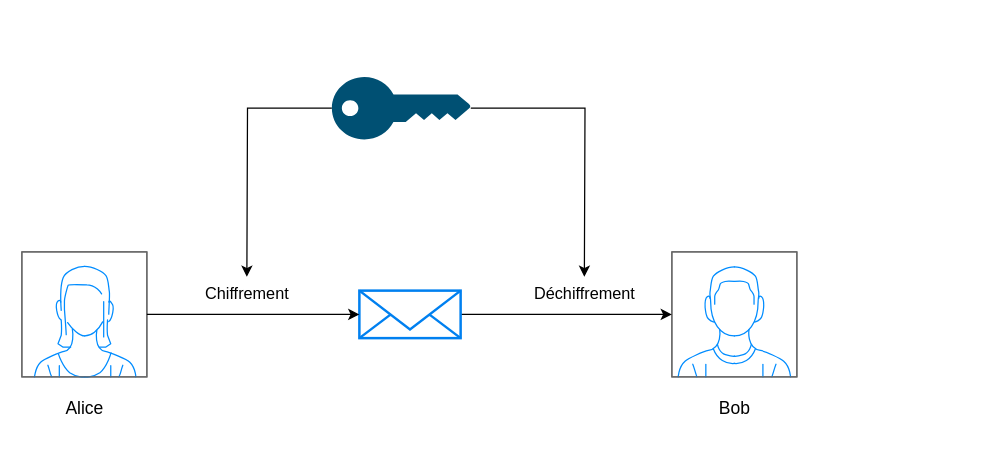
This is Diagramme sans nom.drawio from titiuv24/diagrammes, a draw.io file, before an edit. Source tidied: cells renumbered, new cells numbered last; positions are measured from the earlier drawing's top-left corner, leaving out a move shared by most shapes. Both pictures are drawn from the tidied source at 125%, with x=0, y=0 at pixel (21, 76). Pictures stored in the file or linked from it are replaced by grey dashed boxes.
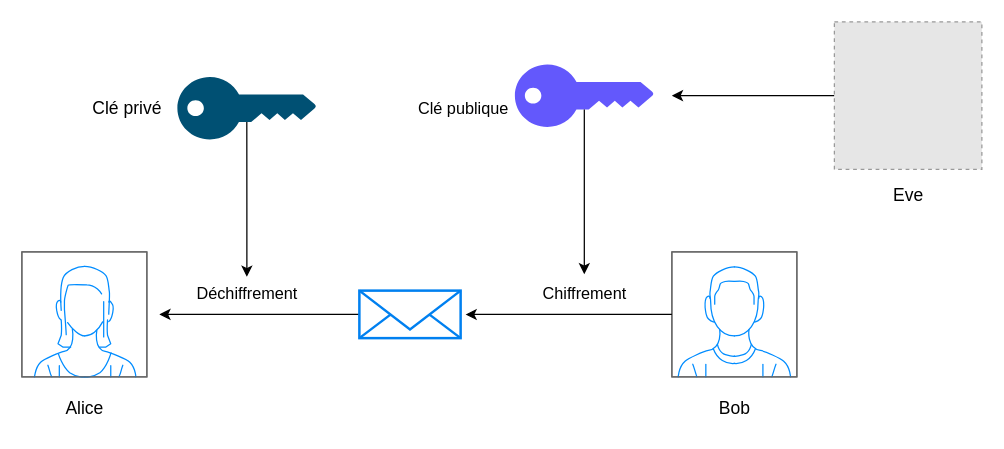
Above is the later version.

Commit message:
Mettre à jour Diagramme sans nom.drawio

Unchanged cells that the change refers to:
```xml
<mxCell id="2" style="verticalLabelPosition=bottom;shadow=0;dashed=0;align=center;html=1;verticalAlign=top;strokeWidth=1;shape=mxgraph.mockup.containers.userFemale;strokeColor=#666666;strokeColor2=#008cff;" parent="1" vertex="1">
  <mxGeometry y="140" width="100" height="100" as="geometry" />
</mxCell>
<mxCell id="3" style="verticalLabelPosition=bottom;shadow=0;dashed=0;align=center;html=1;verticalAlign=top;strokeWidth=1;shape=mxgraph.mockup.containers.userMale;strokeColor=#666666;strokeColor2=#008cff;" parent="1" vertex="1">
  <mxGeometry x="520" y="140" width="100" height="100" as="geometry" />
</mxCell>
<mxCell id="5" style="html=1;verticalLabelPosition=bottom;align=center;labelBackgroundColor=#ffffff;verticalAlign=top;strokeWidth=2;strokeColor=#0080F0;shadow=0;dashed=0;shape=mxgraph.ios7.icons.mail;" parent="1" vertex="1">
  <mxGeometry x="270" y="171" width="81" height="38" as="geometry" />
</mxCell>
```

The edit, as a diff of the source:
```diff
@@
-    <mxCell id="4" style="edgeStyle=orthogonalEdgeStyle;rounded=0;jettySize=auto;html=1;" parent="1" edge="1" source="5" target="3">
-      <mxGeometry relative="1" as="geometry" />
-    </mxCell>
+    <mxCell id="14" style="edgeStyle=orthogonalEdgeStyle;rounded=0;jettySize=auto;html=1;" parent="1" edge="1" source="5">
+      <mxGeometry relative="1" as="geometry">
+        <mxPoint x="110" y="190" as="targetPoint" />
+      </mxGeometry>
+    </mxCell>
@@
-    <mxCell id="6" style="edgeStyle=orthogonalEdgeStyle;rounded=0;jettySize=auto;html=1;entryX=0;entryY=0.5;entryDx=0;entryDy=0;entryPerimeter=0;" parent="1" edge="1" source="2" target="5">
-      <mxGeometry relative="1" as="geometry" />
-    </mxCell>
-    <mxCell id="7" style="edgeStyle=orthogonalEdgeStyle;rounded=0;jettySize=auto;html=1;" parent="1" edge="1" source="9">
+    <mxCell id="7" style="edgeStyle=orthogonalEdgeStyle;rounded=0;jettySize=auto;html=1;exitX=0.5;exitY=0.72;exitDx=0;exitDy=0;exitPerimeter=0;" parent="1" edge="1" source="16">
       <mxGeometry relative="1" as="geometry">
         <mxPoint x="180" y="160" as="targetPoint" />
       </mxGeometry>
     </mxCell>
-    <mxCell id="8" style="edgeStyle=orthogonalEdgeStyle;rounded=0;jettySize=auto;html=1;" parent="1" edge="1" source="9">
-      <mxGeometry relative="1" as="geometry">
-        <mxPoint x="450" y="160" as="targetPoint" />
-      </mxGeometry>
-    </mxCell>
-    <mxCell id="9" style="points=[[0,0.5,0],[0.24,0,0],[0.5,0.28,0],[0.995,0.475,0],[0.5,0.72,0],[0.24,1,0]];verticalLabelPosition=bottom;sketch=0;html=1;verticalAlign=top;align=center;shape=mxgraph.cisco19.key;fillColor=#005073;strokeColor=none;" parent="1" vertex="1">
-      <mxGeometry x="248" width="111.1" height="50" as="geometry" />
+    <mxCell id="9" style="points=[[0,0.5,0],[0.24,0,0],[0.5,0.28,0],[0.995,0.475,0],[0.5,0.72,0],[0.24,1,0]];verticalLabelPosition=bottom;sketch=0;html=1;verticalAlign=top;align=center;shape=mxgraph.cisco19.key;fillColor=#6358FC;strokeColor=#6c8ebf;" parent="1" vertex="1">
+      <mxGeometry x="394.4" y="-10" width="111.1" height="50" as="geometry" />
     </mxCell>
@@
-    <mxCell id="12" value="&lt;font style=&quot;font-size: 13px;&quot;&gt;Chiffrement&lt;/font&gt;" style="text;html=1;align=center;verticalAlign=middle;strokeColor=none;fillColor=none;" parent="1" vertex="1">
-      <mxGeometry x="135" y="158" width="90" height="30" as="geometry" />
+    <mxCell id="12" value="&lt;font style=&quot;font-size: 13px;&quot;&gt;Déchiffrement&lt;/font&gt;" style="text;html=1;align=center;verticalAlign=middle;strokeColor=none;fillColor=none;" parent="1" vertex="1">
+      <mxGeometry x="130" y="158" width="100" height="30" as="geometry" />
     </mxCell>
-    <mxCell id="13" value="&lt;font style=&quot;font-size: 13px;&quot;&gt;Déchiffrement&lt;/font&gt;" style="text;html=1;align=center;verticalAlign=middle;points=[];strokeColor=none;fillColor=none;" parent="1" vertex="1">
-      <mxGeometry x="400" y="158" width="100" height="30" as="geometry" />
+    <mxCell id="13" value="&lt;font style=&quot;font-size: 13px;&quot;&gt;Chiffrement&lt;/font&gt;" style="text;html=1;align=center;verticalAlign=middle;points=[];strokeColor=none;fillColor=none;" parent="1" vertex="1">
+      <mxGeometry x="405" y="158" width="90" height="30" as="geometry" />
     </mxCell>
+    <mxCell id="15" style="edgeStyle=orthogonalEdgeStyle;rounded=0;jettySize=auto;html=1;exitX=0.5;exitY=0.72;exitDx=0;exitDy=0;exitPerimeter=0;" parent="1" edge="1" source="9" target="13">
+      <mxGeometry relative="1" as="geometry" />
+    </mxCell>
+    <mxCell id="16" style="points=[[0,0.5,0],[0.24,0,0],[0.5,0.28,0],[0.995,0.475,0],[0.5,0.72,0],[0.24,1,0]];verticalLabelPosition=bottom;sketch=0;html=1;verticalAlign=top;align=center;shape=mxgraph.cisco19.key;fillColor=#005073;strokeColor=none;" parent="1" vertex="1">
+      <mxGeometry x="124.4" width="111.1" height="50" as="geometry" />
+    </mxCell>
+    <mxCell id="17" style="edgeStyle=orthogonalEdgeStyle;rounded=0;jettySize=auto;html=1;entryX=1.049;entryY=0.502;entryDx=0;entryDy=0;entryPerimeter=0;" parent="1" edge="1" source="3" target="5">
+      <mxGeometry relative="1" as="geometry" />
+    </mxCell>
+    <mxCell id="18" value="&lt;div&gt;&lt;font style=&quot;font-size: 14px;&quot;&gt;Clé privé&lt;/font&gt;&lt;/div&gt;" style="text;html=1;align=center;verticalAlign=middle;strokeColor=none;fillColor=none;" parent="1" vertex="1">
+      <mxGeometry x="44.4" y="10" width="80" height="30" as="geometry" />
+    </mxCell>
+    <mxCell id="19" value="&lt;div&gt;&lt;font style=&quot;font-size: 13px;&quot;&gt;Clé publique&lt;/font&gt;&lt;/div&gt;" style="text;html=1;align=center;verticalAlign=middle;strokeColor=none;fillColor=none;" parent="1" vertex="1">
+      <mxGeometry x="303" y="10" width="100" height="30" as="geometry" />
+    </mxCell>
+    <mxCell id="20" style="edgeStyle=orthogonalEdgeStyle;rounded=0;jettySize=auto;html=1;" parent="1" edge="1" source="21">
+      <mxGeometry relative="1" as="geometry">
+        <mxPoint x="520" y="15" as="targetPoint" />
+      </mxGeometry>
+    </mxCell>
+    <mxCell id="21" style="fillColor=#E6E6E6;strokeColor=#999999;dashed=1;html=1;verticalAlign=top;verticalLabelPosition=bottom;labelBackgroundColor=#ffffff;" parent="1" vertex="1">
+      <mxGeometry x="650" y="-44" width="118" height="118" as="geometry" />
+    </mxCell>
+    <mxCell id="22" value="&lt;div&gt;&lt;font style=&quot;font-size: 14px;&quot;&gt;Eve&lt;/font&gt;&lt;/div&gt;" style="text;html=1;align=center;verticalAlign=middle;strokeColor=none;fillColor=none;" parent="1" vertex="1">
+      <mxGeometry x="684" y="80" width="50" height="30" as="geometry" />
+    </mxCell>
```
